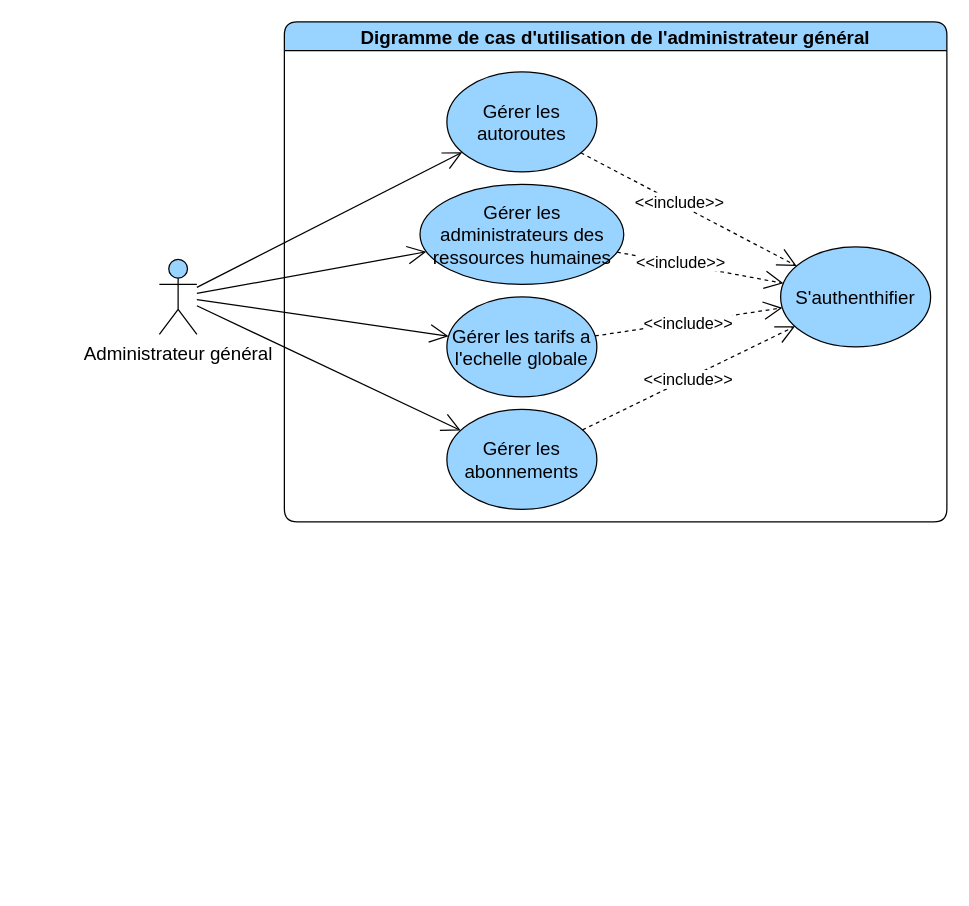
devlotfi/peage-pay keeps this draw.io diagram as page "general" (1 of 8) of diagrams/use-case/administrateur-general.drawio. Above is the earlier version. Source tidied: cells renumbered, new cells numbered last; positions are measured from the earlier drawing's top-left corner, leaving out a move shared by most shapes. Both pictures are drawn from the tidied source at 125%, with x=0, y=0 at pixel (159, 21).
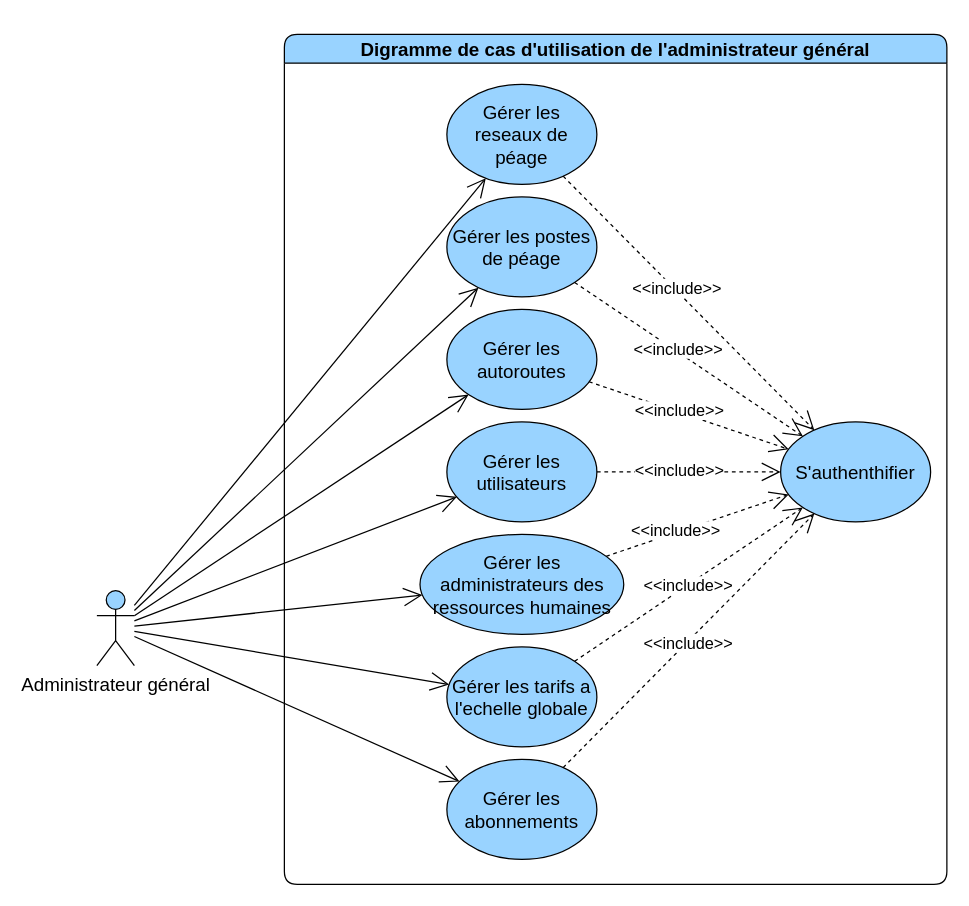
Above is the later version.

What changed in the source:
```diff
@@
     <mxCell id="2" value="Digramme de cas d'utilisation de l'administrateur général" style="swimlane;whiteSpace=wrap;html=1;rounded=1;fillColor=#99D3FF;fontSize=15;" parent="1" vertex="1">
-      <mxGeometry x="100" width="530" height="400" as="geometry" />
+      <mxGeometry x="100" y="10" width="530" height="680" as="geometry" />
     </mxCell>
@@
     <mxCell id="5" value="Gérer les autoroutes" style="ellipse;whiteSpace=wrap;html=1;strokeColor=default;align=center;verticalAlign=middle;fontFamily=Helvetica;fontSize=15;fontColor=default;fillColor=#99D3FF;" parent="2" vertex="1">
-      <mxGeometry x="130" y="40" width="120" height="80" as="geometry" />
+      <mxGeometry x="130" y="220" width="120" height="80" as="geometry" />
     </mxCell>
@@
     <mxCell id="8" value="Gérer les administrateurs des ressources humaines" style="ellipse;whiteSpace=wrap;html=1;strokeColor=default;align=center;verticalAlign=middle;fontFamily=Helvetica;fontSize=15;fontColor=default;fillColor=#99D3FF;" parent="2" vertex="1">
-      <mxGeometry x="108.5" y="130" width="163" height="80" as="geometry" />
+      <mxGeometry x="108.5" y="400" width="163" height="80" as="geometry" />
     </mxCell>
@@
     <mxCell id="11" value="S'authenthifier" style="ellipse;whiteSpace=wrap;html=1;strokeColor=default;align=center;verticalAlign=middle;fontFamily=Helvetica;fontSize=15;fontColor=default;fillColor=#99D3FF;" parent="2" vertex="1">
-      <mxGeometry x="397" y="180" width="120" height="80" as="geometry" />
+      <mxGeometry x="397" y="310" width="120" height="80" as="geometry" />
     </mxCell>
     <mxCell id="12" value="Gérer les tarifs a l'echelle globale" style="ellipse;whiteSpace=wrap;html=1;strokeColor=default;align=center;verticalAlign=middle;fontFamily=Helvetica;fontSize=15;fontColor=default;fillColor=#99D3FF;" parent="2" vertex="1">
-      <mxGeometry x="130" y="220" width="120" height="80" as="geometry" />
+      <mxGeometry x="130" y="490" width="120" height="80" as="geometry" />
     </mxCell>
     <mxCell id="13" value="Gérer les abonnements" style="ellipse;whiteSpace=wrap;html=1;strokeColor=default;align=center;verticalAlign=middle;fontFamily=Helvetica;fontSize=15;fontColor=default;fillColor=#99D3FF;" parent="2" vertex="1">
-      <mxGeometry x="130" y="310" width="120" height="80" as="geometry" />
+      <mxGeometry x="130" y="580" width="120" height="80" as="geometry" />
     </mxCell>
@@
+    <mxCell id="21" value="Gérer les utilisateurs" style="ellipse;whiteSpace=wrap;html=1;strokeColor=default;align=center;verticalAlign=middle;fontFamily=Helvetica;fontSize=15;fontColor=default;fillColor=#99D3FF;" parent="2" vertex="1">
+      <mxGeometry x="130" y="310" width="120" height="80" as="geometry" />
+    </mxCell>
+    <mxCell id="22" style="edgeStyle=none;rounded=0;jettySize=auto;html=1;strokeColor=default;align=center;verticalAlign=middle;fontFamily=Helvetica;fontSize=15;fontColor=default;labelBackgroundColor=default;startSize=6;endArrow=open;endFill=0;endSize=13;dashed=1;" parent="2" edge="1" source="21" target="11">
+      <mxGeometry relative="1" as="geometry" />
+    </mxCell>
+    <mxCell id="23" value="&amp;lt;&amp;lt;include&amp;gt;&amp;gt;" style="edgeLabel;html=1;align=center;verticalAlign=middle;strokeColor=default;fontFamily=Helvetica;fontSize=13;fontColor=default;labelBackgroundColor=default;fillColor=#99D3FF;" parent="22" vertex="1">
+      <mxGeometry x="-0.11" y="2" relative="1" as="geometry" />
+    </mxCell>
+    <mxCell id="24" value="Gérer les reseaux de péage" style="ellipse;whiteSpace=wrap;html=1;strokeColor=default;align=center;verticalAlign=middle;fontFamily=Helvetica;fontSize=15;fontColor=default;fillColor=#99D3FF;" parent="2" vertex="1">
+      <mxGeometry x="130" y="40" width="120" height="80" as="geometry" />
+    </mxCell>
+    <mxCell id="25" value="Gérer les postes de péage" style="ellipse;whiteSpace=wrap;html=1;strokeColor=default;align=center;verticalAlign=middle;fontFamily=Helvetica;fontSize=15;fontColor=default;fillColor=#99D3FF;" parent="2" vertex="1">
+      <mxGeometry x="130" y="130" width="120" height="80" as="geometry" />
+    </mxCell>
+    <mxCell id="26" style="edgeStyle=none;rounded=0;jettySize=auto;html=1;strokeColor=default;align=center;verticalAlign=middle;fontFamily=Helvetica;fontSize=15;fontColor=default;labelBackgroundColor=default;startSize=6;endArrow=open;endFill=0;endSize=13;dashed=1;" parent="2" edge="1" source="25" target="11">
+      <mxGeometry relative="1" as="geometry" />
+    </mxCell>
+    <mxCell id="27" value="&amp;lt;&amp;lt;include&amp;gt;&amp;gt;" style="edgeLabel;html=1;align=center;verticalAlign=middle;strokeColor=default;fontFamily=Helvetica;fontSize=13;fontColor=default;labelBackgroundColor=default;fillColor=#99D3FF;" parent="26" vertex="1">
+      <mxGeometry x="-0.11" y="2" relative="1" as="geometry" />
+    </mxCell>
+    <mxCell id="28" style="edgeStyle=none;rounded=0;jettySize=auto;html=1;strokeColor=default;align=center;verticalAlign=middle;fontFamily=Helvetica;fontSize=15;fontColor=default;labelBackgroundColor=default;startSize=6;endArrow=open;endFill=0;endSize=13;dashed=1;" parent="2" edge="1" source="24" target="11">
+      <mxGeometry relative="1" as="geometry" />
+    </mxCell>
+    <mxCell id="29" value="&amp;lt;&amp;lt;include&amp;gt;&amp;gt;" style="edgeLabel;html=1;align=center;verticalAlign=middle;strokeColor=default;fontFamily=Helvetica;fontSize=13;fontColor=default;labelBackgroundColor=default;fillColor=#99D3FF;" parent="28" vertex="1">
+      <mxGeometry x="-0.11" y="2" relative="1" as="geometry" />
+    </mxCell>
@@
     <mxCell id="20" value="Administrateur général" style="shape=umlActor;verticalLabelPosition=bottom;verticalAlign=top;html=1;outlineConnect=0;strokeColor=default;align=center;fontFamily=Helvetica;fontSize=15;fontColor=default;fillColor=#99D3FF;" parent="1" vertex="1">
-      <mxGeometry y="190" width="30" height="60" as="geometry" />
+      <mxGeometry x="-50" y="455" width="30" height="60" as="geometry" />
     </mxCell>
+    <mxCell id="30" style="rounded=0;jettySize=auto;html=1;fontFamily=Helvetica;fontSize=15;fontColor=default;endArrow=open;endFill=0;startSize=6;endSize=13;" parent="1" edge="1" source="20" target="21">
+      <mxGeometry relative="1" as="geometry" />
+    </mxCell>
+    <mxCell id="31" style="rounded=0;jettySize=auto;html=1;fontFamily=Helvetica;fontSize=15;fontColor=default;endArrow=open;endFill=0;startSize=6;endSize=13;" parent="1" edge="1" source="20" target="24">
+      <mxGeometry relative="1" as="geometry" />
+    </mxCell>
+    <mxCell id="32" style="rounded=0;jettySize=auto;html=1;fontFamily=Helvetica;fontSize=15;fontColor=default;endArrow=open;endFill=0;startSize=6;endSize=13;" parent="1" edge="1" source="20" target="25">
+      <mxGeometry relative="1" as="geometry" />
+    </mxCell>
```
